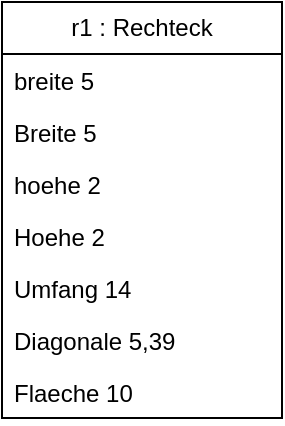
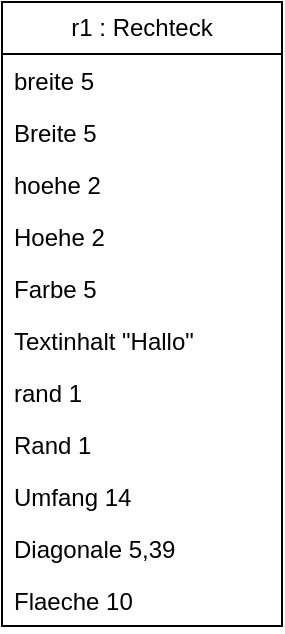
- <mxfile host="app.diagrams.net">
+ <mxfile host="Electron" agent="Mozilla/5.0 (Windows NT 10.0; Win64; x64) AppleWebKit/537.36 (KHTML, like Gecko) draw.io/29.6.1 Chrome/142.0.7444.265 Electron/39.8.0 Safari/537.36" version="29.6.1">
  <diagram name="Seite-1" id="twVmNj2Wjbc1S4h5IHF_">
-     <mxGraphModel dx="774" dy="751" grid="1" gridSize="10" guides="1" tooltips="1" connect="1" arrows="1" fold="1" page="1" pageScale="1" pageWidth="827" pageHeight="1169" math="0" shadow="0">
+     <mxGraphModel dx="690" dy="593" grid="1" gridSize="10" guides="1" tooltips="1" connect="1" arrows="1" fold="1" page="1" pageScale="1" pageWidth="827" pageHeight="1169" math="0" shadow="0">
      <root>
        <mxCell id="0" />
        <mxCell id="1" parent="0" />
        <mxCell id="r0BJA297Q0y-uJ_8-JmN-3" parent="1" style="swimlane;fontStyle=0;childLayout=stackLayout;horizontal=1;startSize=26;fillColor=none;horizontalStack=0;resizeParent=1;resizeParentMax=0;resizeLast=0;collapsible=1;marginBottom=0;whiteSpace=wrap;html=1;" value="r1 : Rechteck" vertex="1">
-           <mxGeometry height="208" width="140" x="150" y="220" as="geometry" />
+           <mxGeometry height="312" width="140" x="150" y="220" as="geometry" />
        </mxCell>
        <mxCell id="r0BJA297Q0y-uJ_8-JmN-4" parent="r0BJA297Q0y-uJ_8-JmN-3" style="text;strokeColor=none;fillColor=none;align=left;verticalAlign=top;spacingLeft=4;spacingRight=4;overflow=hidden;rotatable=0;points=[[0,0.5],[1,0.5]];portConstraint=eastwest;whiteSpace=wrap;html=1;" value="breite 5" vertex="1">
          <mxGeometry height="26" width="140" y="26" as="geometry" />
        </mxCell>
        <mxCell id="r0BJA297Q0y-uJ_8-JmN-5" parent="r0BJA297Q0y-uJ_8-JmN-3" style="text;strokeColor=none;fillColor=none;align=left;verticalAlign=top;spacingLeft=4;spacingRight=4;overflow=hidden;rotatable=0;points=[[0,0.5],[1,0.5]];portConstraint=eastwest;whiteSpace=wrap;html=1;" value="Breite 5" vertex="1">
          <mxGeometry height="26" width="140" y="52" as="geometry" />
        </mxCell>
        <mxCell id="r0BJA297Q0y-uJ_8-JmN-6" parent="r0BJA297Q0y-uJ_8-JmN-3" style="text;strokeColor=none;fillColor=none;align=left;verticalAlign=top;spacingLeft=4;spacingRight=4;overflow=hidden;rotatable=0;points=[[0,0.5],[1,0.5]];portConstraint=eastwest;whiteSpace=wrap;html=1;" value="hoehe 2" vertex="1">
          <mxGeometry height="26" width="140" y="78" as="geometry" />
        </mxCell>
        <mxCell id="r0BJA297Q0y-uJ_8-JmN-7" parent="r0BJA297Q0y-uJ_8-JmN-3" style="text;strokeColor=none;fillColor=none;align=left;verticalAlign=top;spacingLeft=4;spacingRight=4;overflow=hidden;rotatable=0;points=[[0,0.5],[1,0.5]];portConstraint=eastwest;whiteSpace=wrap;html=1;" value="Hoehe 2" vertex="1">
          <mxGeometry height="26" width="140" y="104" as="geometry" />
        </mxCell>
-         <mxCell id="r0BJA297Q0y-uJ_8-JmN-8" parent="r0BJA297Q0y-uJ_8-JmN-3" style="text;strokeColor=none;fillColor=none;align=left;verticalAlign=top;spacingLeft=4;spacingRight=4;overflow=hidden;rotatable=0;points=[[0,0.5],[1,0.5]];portConstraint=eastwest;whiteSpace=wrap;html=1;" value="Umfang 14" vertex="1">
+         <mxCell id="1YtQXQxPlmlW9Pa3QKuH-1" parent="r0BJA297Q0y-uJ_8-JmN-3" style="text;strokeColor=none;fillColor=none;align=left;verticalAlign=top;spacingLeft=4;spacingRight=4;overflow=hidden;rotatable=0;points=[[0,0.5],[1,0.5]];portConstraint=eastwest;whiteSpace=wrap;html=1;" value="Farbe 5" vertex="1">
          <mxGeometry height="26" width="140" y="130" as="geometry" />
        </mxCell>
-         <mxCell id="r0BJA297Q0y-uJ_8-JmN-9" parent="r0BJA297Q0y-uJ_8-JmN-3" style="text;strokeColor=none;fillColor=none;align=left;verticalAlign=top;spacingLeft=4;spacingRight=4;overflow=hidden;rotatable=0;points=[[0,0.5],[1,0.5]];portConstraint=eastwest;whiteSpace=wrap;html=1;" value="Diagonale&amp;nbsp;5,39" vertex="1">
+         <mxCell id="1YtQXQxPlmlW9Pa3QKuH-2" parent="r0BJA297Q0y-uJ_8-JmN-3" style="text;strokeColor=none;fillColor=none;align=left;verticalAlign=top;spacingLeft=4;spacingRight=4;overflow=hidden;rotatable=0;points=[[0,0.5],[1,0.5]];portConstraint=eastwest;whiteSpace=wrap;html=1;" value="Textinhalt &quot;Hallo&quot;" vertex="1">
          <mxGeometry height="26" width="140" y="156" as="geometry" />
        </mxCell>
+         <mxCell id="1YtQXQxPlmlW9Pa3QKuH-3" parent="r0BJA297Q0y-uJ_8-JmN-3" style="text;strokeColor=none;fillColor=none;align=left;verticalAlign=top;spacingLeft=4;spacingRight=4;overflow=hidden;rotatable=0;points=[[0,0.5],[1,0.5]];portConstraint=eastwest;whiteSpace=wrap;html=1;" value="rand 1" vertex="1">
+           <mxGeometry height="26" width="140" y="182" as="geometry" />
+         </mxCell>
+         <mxCell id="1YtQXQxPlmlW9Pa3QKuH-4" parent="r0BJA297Q0y-uJ_8-JmN-3" style="text;strokeColor=none;fillColor=none;align=left;verticalAlign=top;spacingLeft=4;spacingRight=4;overflow=hidden;rotatable=0;points=[[0,0.5],[1,0.5]];portConstraint=eastwest;whiteSpace=wrap;html=1;" value="Rand 1" vertex="1">
+           <mxGeometry height="26" width="140" y="208" as="geometry" />
+         </mxCell>
+         <mxCell id="r0BJA297Q0y-uJ_8-JmN-8" parent="r0BJA297Q0y-uJ_8-JmN-3" style="text;strokeColor=none;fillColor=none;align=left;verticalAlign=top;spacingLeft=4;spacingRight=4;overflow=hidden;rotatable=0;points=[[0,0.5],[1,0.5]];portConstraint=eastwest;whiteSpace=wrap;html=1;" value="Umfang 14" vertex="1">
+           <mxGeometry height="26" width="140" y="234" as="geometry" />
+         </mxCell>
+         <mxCell id="r0BJA297Q0y-uJ_8-JmN-9" parent="r0BJA297Q0y-uJ_8-JmN-3" style="text;strokeColor=none;fillColor=none;align=left;verticalAlign=top;spacingLeft=4;spacingRight=4;overflow=hidden;rotatable=0;points=[[0,0.5],[1,0.5]];portConstraint=eastwest;whiteSpace=wrap;html=1;" value="Diagonale&amp;nbsp;5,39" vertex="1">
+           <mxGeometry height="26" width="140" y="260" as="geometry" />
+         </mxCell>
        <mxCell id="r0BJA297Q0y-uJ_8-JmN-10" parent="r0BJA297Q0y-uJ_8-JmN-3" style="text;strokeColor=none;fillColor=none;align=left;verticalAlign=top;spacingLeft=4;spacingRight=4;overflow=hidden;rotatable=0;points=[[0,0.5],[1,0.5]];portConstraint=eastwest;whiteSpace=wrap;html=1;" value="Flaeche 10" vertex="1">
-           <mxGeometry height="26" width="140" y="182" as="geometry" />
+           <mxGeometry height="26" width="140" y="286" as="geometry" />
        </mxCell>
      </root>
    </mxGraphModel>
  </diagram>
</mxfile>
